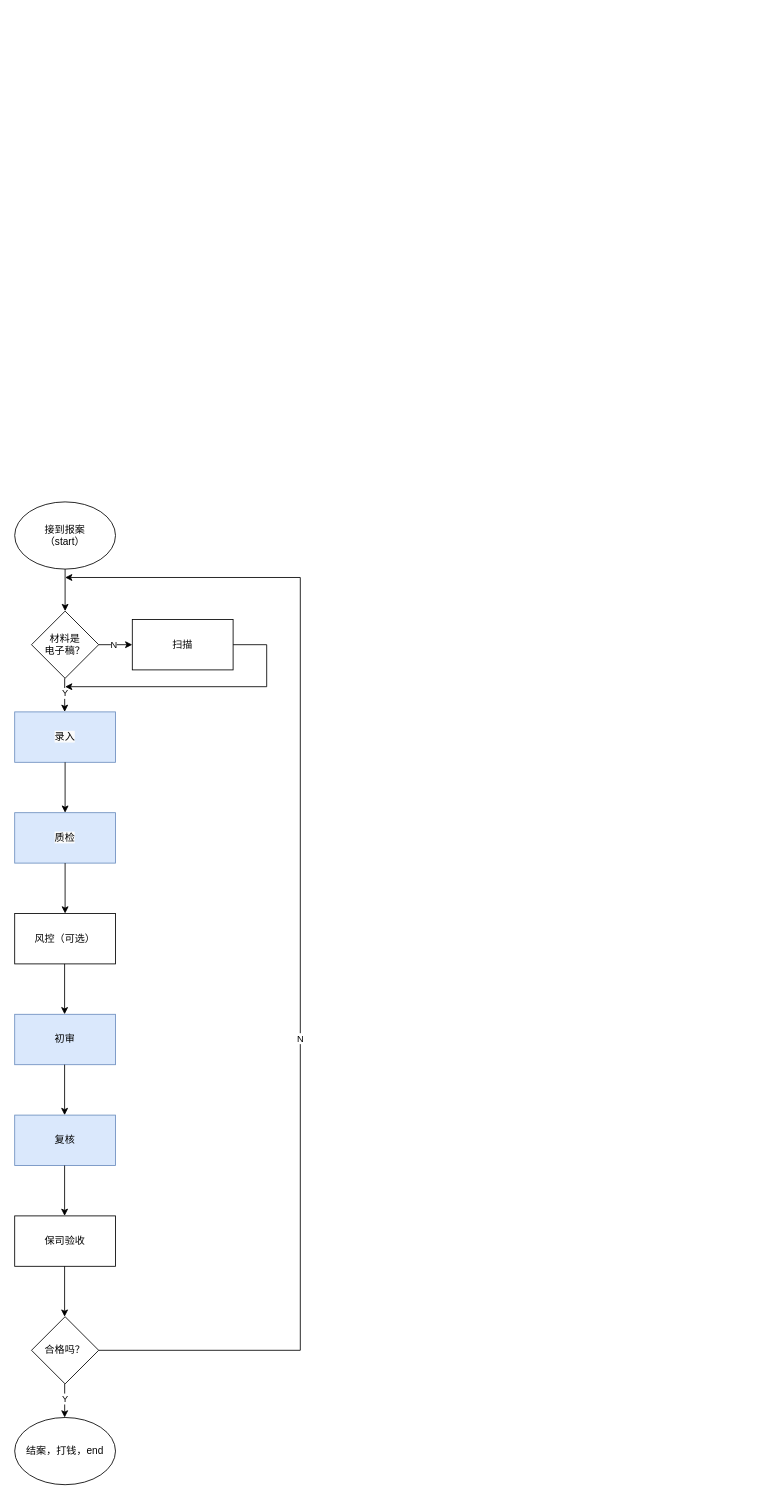
The draw.io diagram page "流程" (6 of 7) of js/strategyrTree.drawio in feiaaa/a-python-proj-crawler, before the edit. Source tidied: cells renumbered, new cells numbered last; positions are measured from the earlier drawing's top-left corner, leaving out a move shared by most shapes. Both pictures are drawn from the tidied source at 84%, with x=0, y=0 at pixel (14, 501).
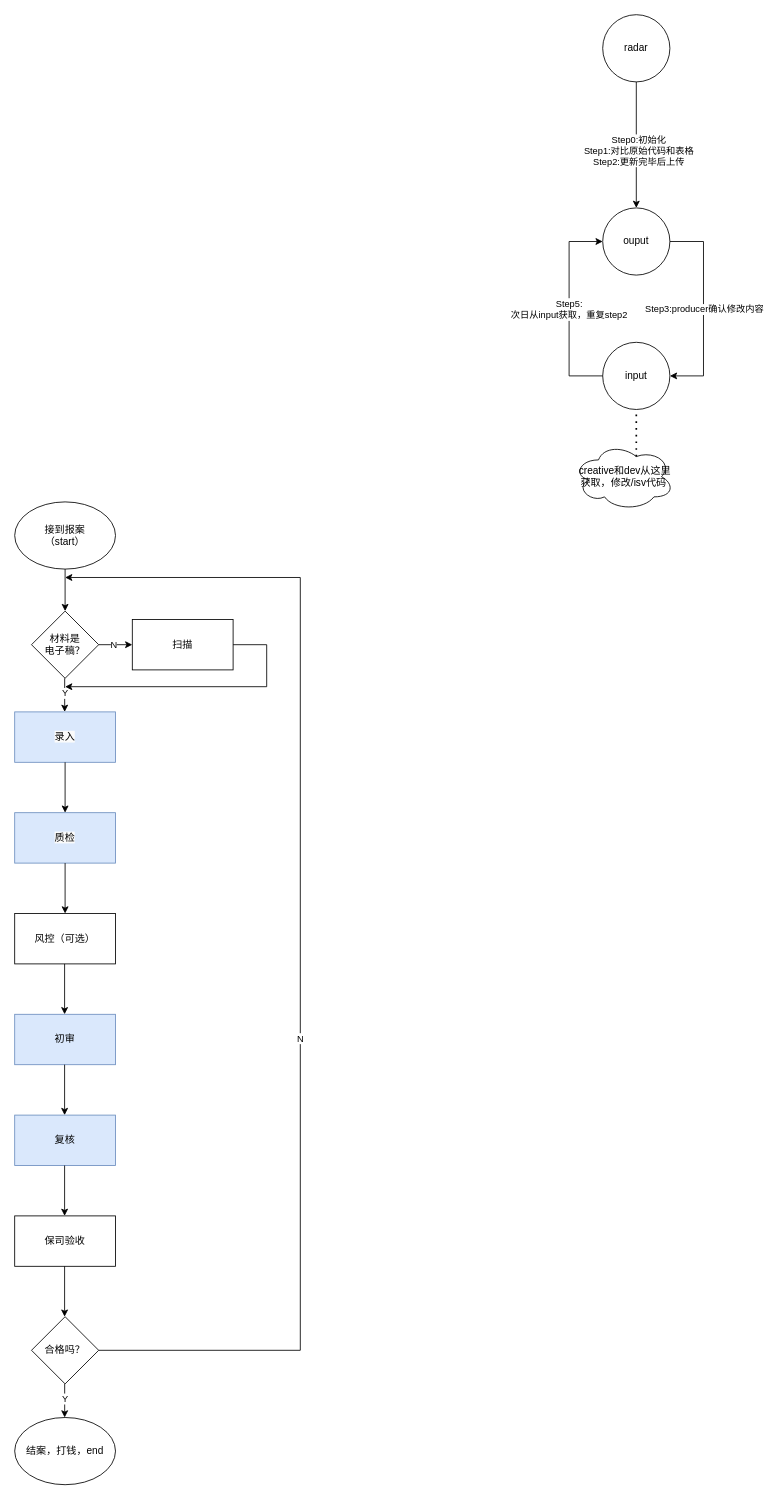
The same diagram, later.

Change to the diagram source:
```diff
@@
+    <mxCell id="29" value="radar" style="ellipse;whiteSpace=wrap;html=1;" parent="1" vertex="1">
+      <mxGeometry x="700" y="-580" width="80" height="80" as="geometry" />
+    </mxCell>
+    <mxCell id="30" value="ouput" style="ellipse;whiteSpace=wrap;html=1;" parent="1" vertex="1">
+      <mxGeometry x="700" y="-350" width="80" height="80" as="geometry" />
+    </mxCell>
+    <mxCell id="31" value="input" style="ellipse;whiteSpace=wrap;html=1;" parent="1" vertex="1">
+      <mxGeometry x="700" y="-190" width="80" height="80" as="geometry" />
+    </mxCell>
+    <mxCell id="32" style="endArrow=classic;html=1;rounded=0;exitX=0.5;exitY=1;exitDx=0;exitDy=0;entryX=0.5;entryY=0;entryDx=0;entryDy=0;" parent="1" edge="1" source="29" target="30">
+      <mxGeometry relative="1" as="geometry" />
+    </mxCell>
+    <mxCell id="33" value="Step0:初始化&lt;div&gt;Step1:对比原始代码和表格&lt;/div&gt;&lt;div&gt;&lt;span style=&quot;background-color: light-dark(#ffffff, var(--ge-dark-color, #121212)); color: light-dark(rgb(0, 0, 0), rgb(255, 255, 255));&quot;&gt;Step2:更新完毕后上传&lt;/span&gt;&lt;/div&gt;" style="edgeLabel;html=1;align=center;verticalAlign=middle;" parent="32" vertex="1">
+      <mxGeometry x="0.07" y="2" relative="1" as="geometry">
+        <mxPoint y="1" as="offset" />
+      </mxGeometry>
+    </mxCell>
+    <mxCell id="34" style="endArrow=classic;html=1;rounded=0;exitX=1;exitY=0.5;exitDx=0;exitDy=0;entryX=1;entryY=0.5;entryDx=0;entryDy=0;" parent="1" edge="1" source="30" target="31">
+      <mxGeometry relative="1" as="geometry">
+        <Array as="points">
+          <mxPoint x="820" y="-310" />
+          <mxPoint x="820" y="-150" />
+        </Array>
+      </mxGeometry>
+    </mxCell>
+    <mxCell id="35" value="Step3:producer确认修改内容" style="edgeLabel;html=1;align=center;verticalAlign=middle;" parent="34" vertex="1">
+      <mxGeometry relative="1" as="geometry" />
+    </mxCell>
+    <mxCell id="36" value="&amp;nbsp;creative和dev从这里获取，修改/isv代码" style="ellipse;shape=cloud;whiteSpace=wrap;html=1;" parent="1" vertex="1">
+      <mxGeometry x="665" y="-70" width="120" height="80" as="geometry" />
+    </mxCell>
+    <mxCell id="37" style="endArrow=none;dashed=1;html=1;dashPattern=1 3;strokeWidth=2;rounded=0;entryX=0.5;entryY=1;entryDx=0;entryDy=0;exitX=0.625;exitY=0.2;exitDx=0;exitDy=0;exitPerimeter=0;" parent="1" edge="1" source="36" target="31">
+      <mxGeometry relative="1" as="geometry" />
+    </mxCell>
+    <mxCell id="38" style="endArrow=classic;html=1;rounded=0;exitX=0;exitY=0.5;exitDx=0;exitDy=0;" parent="1" edge="1" source="31">
+      <mxGeometry relative="1" as="geometry">
+        <mxPoint x="700" y="-310" as="targetPoint" />
+        <Array as="points">
+          <mxPoint x="660" y="-150" />
+          <mxPoint x="660" y="-310" />
+        </Array>
+      </mxGeometry>
+    </mxCell>
+    <mxCell id="39" style="edgeLabel;html=1;align=center;verticalAlign=middle;" parent="38" vertex="1">
+      <mxGeometry y="-1" relative="1" as="geometry">
+        <mxPoint y="1" as="offset" />
+      </mxGeometry>
+    </mxCell>
+    <mxCell id="40" value="Step5:&lt;div&gt;次日从input获取，重复step2&lt;/div&gt;" style="edgeLabel;html=1;align=center;verticalAlign=middle;" parent="38" vertex="1">
+      <mxGeometry y="1" relative="1" as="geometry" />
+    </mxCell>
```
